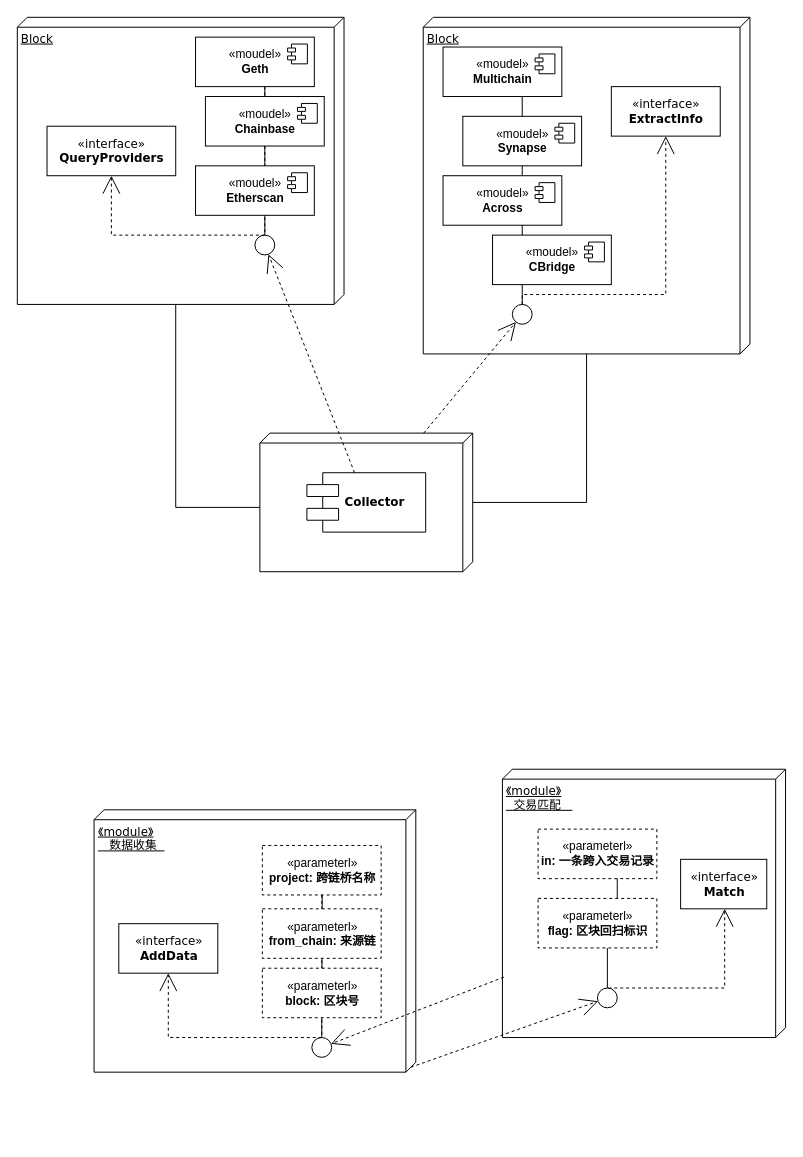
This is page "交易匹配与数据收集通信调用" (1 of 4) of 模块.drawio from newTechToX/cross_chain, a draw.io file, before an edit. Source tidied: cells renumbered, new cells numbered last; positions are measured from the earlier drawing's top-left corner, leaving out a move shared by most shapes. Both pictures are drawn from the tidied source at 99%, with x=0, y=0 at pixel (17, 17).
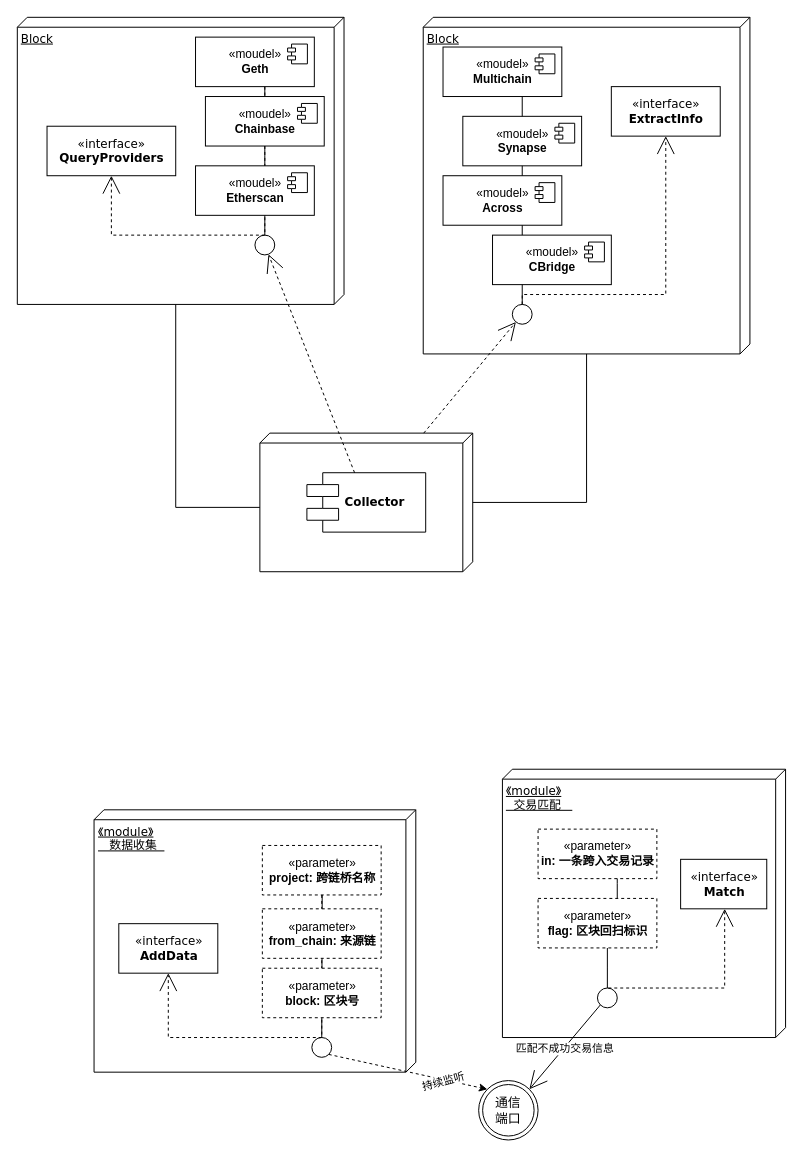
The same page after the edit.

Unchanged cells that the change refers to:
```xml
<mxCell id="32" value="《module》&lt;br&gt;&amp;nbsp; &amp;nbsp;数据收集&amp;nbsp;&amp;nbsp;" style="verticalAlign=top;align=left;spacingTop=8;spacingLeft=2;spacingRight=12;shape=cube;size=10;direction=south;fontStyle=4;html=1;rounded=0;shadow=0;comic=0;labelBackgroundColor=none;strokeWidth=1;fontFamily=Verdana;fontSize=12;" parent="1" vertex="1">
  <mxGeometry x="77.5" y="800.5" width="325" height="265" as="geometry" />
</mxCell>
<mxCell id="33" value="《module》&lt;br&gt;&amp;nbsp; 交易匹配&amp;nbsp; &amp;nbsp;" style="verticalAlign=top;align=left;spacingTop=8;spacingLeft=2;spacingRight=12;shape=cube;size=10;direction=south;fontStyle=4;html=1;rounded=0;shadow=0;comic=0;labelBackgroundColor=none;strokeWidth=1;fontFamily=Verdana;fontSize=12;" parent="1" vertex="1">
  <mxGeometry x="490" y="759.5" width="286" height="271" as="geometry" />
</mxCell>
<mxCell id="35" style="ellipse;whiteSpace=wrap;html=1;rounded=0;shadow=0;comic=0;labelBackgroundColor=none;strokeWidth=1;fontFamily=Verdana;fontSize=12;align=center;" parent="1" vertex="1">
  <mxGeometry x="297.5" y="1030.5" width="20" height="20" as="geometry" />
</mxCell>
<mxCell id="37" style="ellipse;whiteSpace=wrap;html=1;rounded=0;shadow=0;comic=0;labelBackgroundColor=none;strokeWidth=1;fontFamily=Verdana;fontSize=12;align=center;" parent="1" vertex="1">
  <mxGeometry x="586" y="980.5" width="20" height="20" as="geometry" />
</mxCell>
```

Change to the diagram source:
```diff
@@
+    <mxCell id="50" style="rounded=0;jettySize=auto;html=1;exitX=1;exitY=1;exitDx=0;exitDy=0;entryX=0;entryY=0;entryDx=0;entryDy=0;dashed=1;" parent="1" edge="1" source="35" target="53">
+      <mxGeometry relative="1" as="geometry" />
+    </mxCell>
+    <mxCell id="51" value="持续监听" style="edgeLabel;html=1;align=center;verticalAlign=middle;rotation=-15;" parent="50" vertex="1">
+      <mxGeometry y="1" relative="1" as="geometry">
+        <mxPoint x="35" y="10" as="offset" />
+      </mxGeometry>
+    </mxCell>
@@
-    <mxCell id="38" style="edgeStyle=none;rounded=0;html=1;dashed=1;labelBackgroundColor=none;startArrow=none;startFill=0;startSize=8;endArrow=open;endFill=0;endSize=16;fontFamily=Verdana;fontSize=12;exitX=0.775;exitY=0.995;exitDx=0;exitDy=0;exitPerimeter=0;" parent="1" edge="1" source="33" target="35">
-      <mxGeometry relative="1" as="geometry" />
-    </mxCell>
-    <mxCell id="39" style="edgeStyle=none;rounded=0;html=1;dashed=1;labelBackgroundColor=none;startArrow=none;startFill=0;startSize=8;endArrow=open;endFill=0;endSize=16;fontFamily=Verdana;fontSize=12;exitX=0;exitY=0;exitDx=260;exitDy=5;exitPerimeter=0;" parent="1" edge="1" source="32" target="37">
+    <mxCell id="39" style="edgeStyle=none;rounded=0;html=1;labelBackgroundColor=none;startArrow=none;startFill=0;startSize=8;endArrow=open;endFill=0;endSize=16;fontFamily=Verdana;fontSize=12;entryX=1;entryY=0;entryDx=0;entryDy=0;exitX=0;exitY=1;exitDx=0;exitDy=0;" parent="1" edge="1" source="37" target="53">
       <mxGeometry relative="1" as="geometry" />
     </mxCell>
+    <mxCell id="52" value="匹配不成功交易信息" style="edgeLabel;html=1;align=center;verticalAlign=middle;" parent="39" vertex="1">
+      <mxGeometry x="0.01" y="1" relative="1" as="geometry">
+        <mxPoint x="-1" as="offset" />
+      </mxGeometry>
+    </mxCell>
@@
-    <mxCell id="44" value="«parameterl»&lt;br&gt;&lt;b&gt;in: 一条跨入交易记录&lt;/b&gt;" style="html=1;dashed=1;" parent="1" vertex="1">
+    <mxCell id="44" value="«parameter»&lt;br&gt;&lt;b&gt;in: 一条跨入交易记录&lt;/b&gt;" style="html=1;dashed=1;" parent="1" vertex="1">
       <mxGeometry x="526" y="820" width="120" height="50" as="geometry" />
     </mxCell>
@@
-    <mxCell id="46" value="«parameterl»&lt;br&gt;&lt;b&gt;flag: 区块回扫标识&lt;/b&gt;" style="html=1;dashed=1;" parent="1" vertex="1">
+    <mxCell id="46" value="«parameter»&lt;br&gt;&lt;b&gt;flag: 区块回扫标识&lt;/b&gt;" style="html=1;dashed=1;" parent="1" vertex="1">
       <mxGeometry x="526" y="890" width="120" height="50" as="geometry" />
     </mxCell>
-    <mxCell id="47" value="«parameterl»&lt;br&gt;&lt;b&gt;project: 跨链桥名称&lt;/b&gt;" style="html=1;dashed=1;" parent="1" vertex="1">
+    <mxCell id="47" value="«parameter»&lt;br&gt;&lt;b&gt;project: 跨链桥名称&lt;/b&gt;" style="html=1;dashed=1;" parent="1" vertex="1">
       <mxGeometry x="247.5" y="836.5" width="120" height="50" as="geometry" />
     </mxCell>
-    <mxCell id="48" value="«parameterl»&lt;br&gt;&lt;b&gt;from_chain: 来源链&lt;/b&gt;" style="html=1;dashed=1;" parent="1" vertex="1">
+    <mxCell id="48" value="«parameter»&lt;br&gt;&lt;b&gt;from_chain: 来源链&lt;/b&gt;" style="html=1;dashed=1;" parent="1" vertex="1">
       <mxGeometry x="247.5" y="900.5" width="120" height="50" as="geometry" />
     </mxCell>
-    <mxCell id="49" value="«parameterl»&lt;br&gt;&lt;b&gt;block: 区块号&lt;/b&gt;" style="html=1;dashed=1;" parent="1" vertex="1">
+    <mxCell id="49" value="«parameter»&lt;br&gt;&lt;b&gt;block: 区块号&lt;/b&gt;" style="html=1;dashed=1;" parent="1" vertex="1">
       <mxGeometry x="247.5" y="960.5" width="120" height="50" as="geometry" />
     </mxCell>
+    <mxCell id="53" value="&lt;font style=&quot;font-size: 13px;&quot;&gt;通信&lt;br&gt;端口&lt;/font&gt;" style="ellipse;shape=doubleEllipse;whiteSpace=wrap;html=1;" parent="1" vertex="1">
+      <mxGeometry x="466" y="1074" width="60" height="60" as="geometry" />
+    </mxCell>
```
